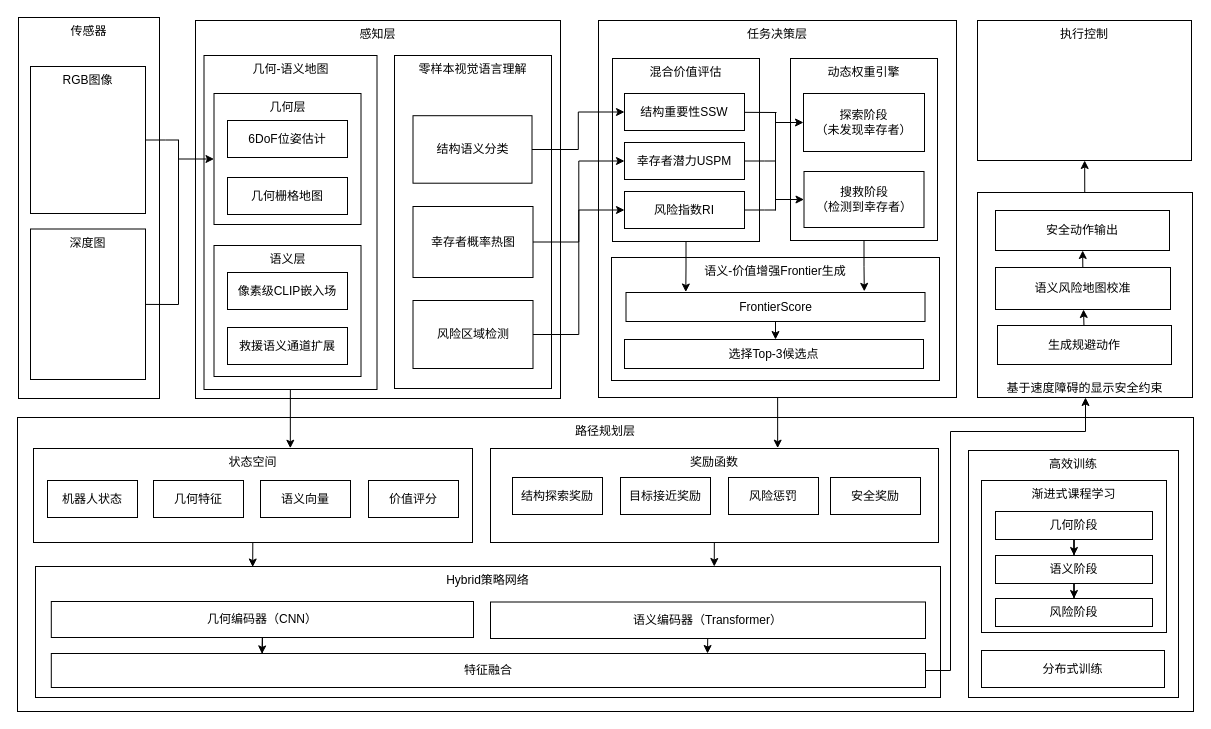
Above: 未命名绘图.drawio in qingyuhai/myGitTemp (draw.io), before the change. Source tidied: cells renumbered, new cells numbered last; positions are measured from the earlier drawing's top-left corner, leaving out a move shared by most shapes. Both pictures are drawn from the tidied source at 100%, with x=0, y=0 at pixel (17, 17).
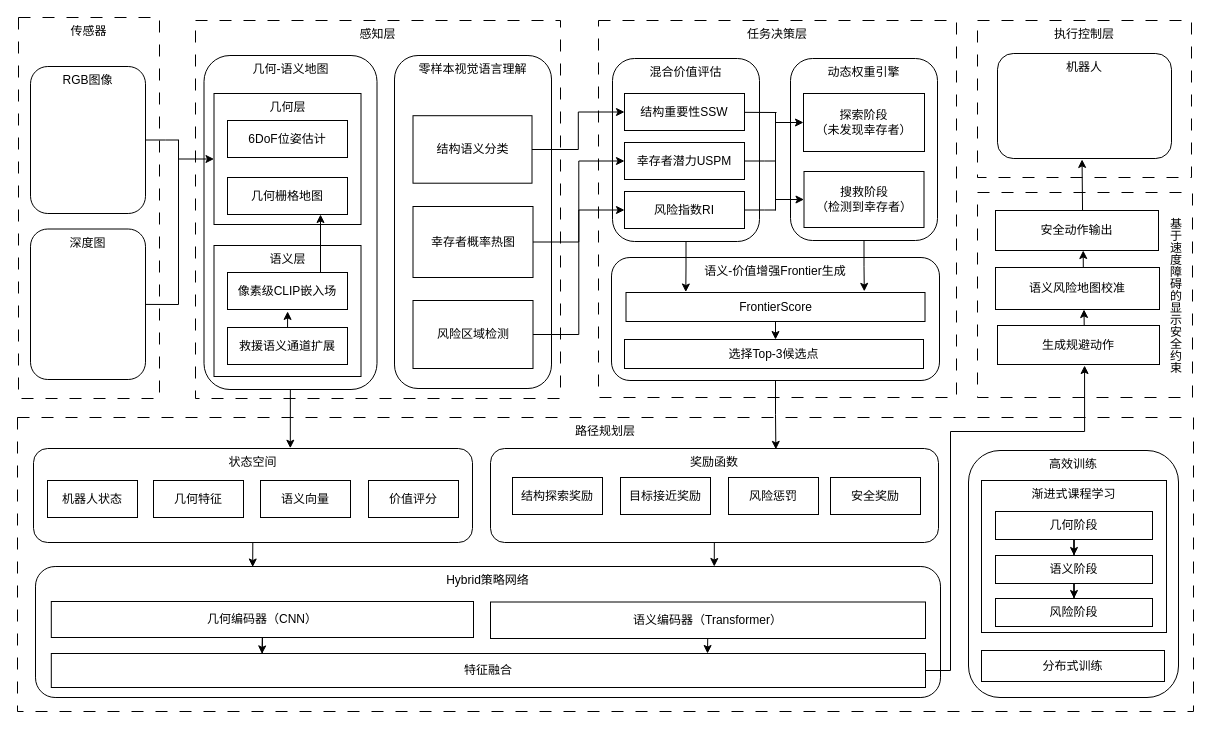
Above is the later version.

Commit message (it also covers changes not shown here):
更新未命名绘图.drawio

The change refers to these unchanged cells:
```xml
<mxCell id="50" value="特征融合" style="rounded=0;whiteSpace=wrap;html=1;" parent="1" vertex="1">
  <mxGeometry x="33.8" y="636" width="874.2" height="34" as="geometry" />
</mxCell>
<mxCell id="53" value="救援语义通道扩展" style="rounded=0;whiteSpace=wrap;html=1;" parent="1" vertex="1">
  <mxGeometry x="210" y="310" width="120" height="37" as="geometry" />
</mxCell>
<mxCell id="54" value="像素级CLIP嵌入场" style="rounded=0;whiteSpace=wrap;html=1;" parent="1" vertex="1">
  <mxGeometry x="210" y="255" width="120" height="37" as="geometry" />
</mxCell>
```

Diff of the diagram source:
```diff
@@
-    <mxCell id="2" value="传感器" style="rounded=0;whiteSpace=wrap;html=1;verticalAlign=top;" parent="1" vertex="1">
+    <mxCell id="2" value="传感器" style="rounded=0;whiteSpace=wrap;html=1;verticalAlign=top;dashed=1;dashPattern=12 12;" parent="1" vertex="1">
       <mxGeometry x="1" width="141" height="381" as="geometry" />
     </mxCell>
-    <mxCell id="3" value="感知层" style="rounded=0;whiteSpace=wrap;html=1;verticalAlign=top;" parent="1" vertex="1">
+    <mxCell id="3" value="感知层" style="rounded=0;whiteSpace=wrap;html=1;verticalAlign=top;dashed=1;dashPattern=12 12;" parent="1" vertex="1">
       <mxGeometry x="178" y="3" width="365" height="378" as="geometry" />
     </mxCell>
-    <mxCell id="4" value="任务决策层" style="rounded=0;whiteSpace=wrap;html=1;verticalAlign=top;" parent="1" vertex="1">
+    <mxCell id="4" value="任务决策层" style="rounded=0;whiteSpace=wrap;html=1;verticalAlign=top;dashed=1;dashPattern=12 12;" parent="1" vertex="1">
       <mxGeometry x="581" y="3" width="358" height="377" as="geometry" />
     </mxCell>
-    <mxCell id="5" value="路径规划层" style="rounded=0;whiteSpace=wrap;html=1;verticalAlign=top;" parent="1" vertex="1">
+    <mxCell id="5" value="路径规划层" style="rounded=0;whiteSpace=wrap;html=1;verticalAlign=top;dashed=1;dashPattern=12 12;" parent="1" vertex="1">
       <mxGeometry y="400" width="1176" height="294" as="geometry" />
     </mxCell>
-    <mxCell id="6" value="执行控制" style="rounded=0;whiteSpace=wrap;html=1;verticalAlign=top;" parent="1" vertex="1">
-      <mxGeometry x="960" y="3" width="214" height="140" as="geometry" />
+    <mxCell id="6" value="执行控制层" style="rounded=0;whiteSpace=wrap;html=1;verticalAlign=top;dashed=1;dashPattern=12 12;" parent="1" vertex="1">
+      <mxGeometry x="960" y="3" width="214" height="157" as="geometry" />
     </mxCell>
-    <mxCell id="7" value="几何-语义地图" style="rounded=0;whiteSpace=wrap;html=1;verticalAlign=top;" parent="1" vertex="1">
+    <mxCell id="7" value="几何-语义地图" style="rounded=1;whiteSpace=wrap;html=1;verticalAlign=top;" parent="1" vertex="1">
       <mxGeometry x="186.5" y="38" width="173" height="334" as="geometry" />
     </mxCell>
@@
-    <mxCell id="11" value="混合价值评估" style="rounded=0;whiteSpace=wrap;html=1;verticalAlign=top;" parent="1" vertex="1">
+    <mxCell id="11" value="混合价值评估" style="rounded=1;whiteSpace=wrap;html=1;verticalAlign=top;" parent="1" vertex="1">
       <mxGeometry x="595" y="41" width="147" height="183" as="geometry" />
     </mxCell>
@@
-    <mxCell id="18" value="动态权重引擎" style="rounded=0;whiteSpace=wrap;html=1;verticalAlign=top;" parent="1" vertex="1">
+    <mxCell id="18" value="动态权重引擎" style="rounded=1;whiteSpace=wrap;html=1;verticalAlign=top;" parent="1" vertex="1">
       <mxGeometry x="773" y="41" width="147" height="182" as="geometry" />
     </mxCell>
@@
-    <mxCell id="23" value="Hybrid策略网络" style="rounded=0;whiteSpace=wrap;html=1;verticalAlign=top;" parent="1" vertex="1">
+    <mxCell id="23" value="Hybrid策略网络" style="rounded=1;whiteSpace=wrap;html=1;verticalAlign=top;" parent="1" vertex="1">
       <mxGeometry x="18" y="549" width="905" height="131" as="geometry" />
     </mxCell>
-    <mxCell id="24" value="状态空间" style="rounded=0;whiteSpace=wrap;html=1;verticalAlign=top;" parent="1" vertex="1">
+    <mxCell id="24" value="状态空间" style="rounded=1;whiteSpace=wrap;html=1;verticalAlign=top;" parent="1" vertex="1">
       <mxGeometry x="16" y="431" width="439" height="94" as="geometry" />
     </mxCell>
@@
-    <mxCell id="29" style="rounded=0;jettySize=auto;html=1;" parent="1" edge="1" source="30" target="6">
-      <mxGeometry relative="1" as="geometry" />
-    </mxCell>
-    <mxCell id="30" value="&lt;div&gt;&lt;div class=&quot;old-record-id-UI9NddCrRo0jrax99HIcFApNn1e&quot;&gt;基于速度障碍的&lt;span style=&quot;color: light-dark(rgb(0, 0, 0), rgb(255, 255, 255));&quot;&gt;显示安全约束&lt;/span&gt;&lt;/div&gt;&lt;/div&gt;" style="rounded=0;whiteSpace=wrap;html=1;verticalAlign=bottom;" parent="1" vertex="1">
+    <mxCell id="30" value="&lt;div&gt;&lt;div class=&quot;old-record-id-UI9NddCrRo0jrax99HIcFApNn1e&quot;&gt;基于速度障碍的&lt;span style=&quot;color: light-dark(rgb(0, 0, 0), rgb(255, 255, 255));&quot;&gt;显示安全约束&lt;/span&gt;&lt;/div&gt;&lt;/div&gt;" style="rounded=0;whiteSpace=wrap;html=1;verticalAlign=middle;dashed=1;dashPattern=12 12;align=left;labelPosition=right;verticalLabelPosition=middle;textDirection=vertical-lr;spacingLeft=-27;" parent="1" vertex="1">
       <mxGeometry x="960" y="175" width="215" height="205" as="geometry" />
     </mxCell>
@@
-    <mxCell id="32" value="RGB图像" style="rounded=0;whiteSpace=wrap;html=1;verticalAlign=top;" parent="1" vertex="1">
+    <mxCell id="32" value="RGB图像" style="rounded=1;whiteSpace=wrap;html=1;verticalAlign=top;" parent="1" vertex="1">
       <mxGeometry x="13" y="49" width="115" height="147" as="geometry" />
     </mxCell>
@@
-    <mxCell id="34" value="深度图" style="rounded=0;whiteSpace=wrap;html=1;verticalAlign=top;" parent="1" vertex="1">
+    <mxCell id="34" value="深度图" style="rounded=1;whiteSpace=wrap;html=1;verticalAlign=top;" parent="1" vertex="1">
       <mxGeometry x="13" y="211.5" width="115" height="150.5" as="geometry" />
     </mxCell>
-    <mxCell id="35" style="rounded=0;jettySize=auto;html=1;entryX=0.503;entryY=1;entryDx=0;entryDy=0;entryPerimeter=0;" parent="1" edge="1" source="36" target="38">
-      <mxGeometry relative="1" as="geometry" />
+    <mxCell id="35" style="rounded=0;orthogonalLoop=1;jettySize=auto;html=1;entryX=0.503;entryY=1;entryDx=0;entryDy=0;entryPerimeter=0;" parent="1" edge="1">
+      <mxGeometry relative="1" as="geometry">
+        <mxPoint x="1066.7" y="308" as="sourcePoint" />
+        <mxPoint x="1066.5" y="292" as="targetPoint" />
+      </mxGeometry>
     </mxCell>
     <mxCell id="36" value="生成规避动作" style="rounded=0;whiteSpace=wrap;html=1;" parent="1" vertex="1">
-      <mxGeometry x="980" y="308" width="174" height="39" as="geometry" />
+      <mxGeometry x="980" y="308" width="162" height="39" as="geometry" />
     </mxCell>
-    <mxCell id="37" style="rounded=0;jettySize=auto;html=1;" parent="1" edge="1" source="38" target="55">
-      <mxGeometry relative="1" as="geometry" />
+    <mxCell id="37" style="rounded=0;orthogonalLoop=1;jettySize=auto;html=1;" parent="1" edge="1">
+      <mxGeometry relative="1" as="geometry">
+        <mxPoint x="1065.8" y="250" as="sourcePoint" />
+        <mxPoint x="1065.7" y="233" as="targetPoint" />
+      </mxGeometry>
     </mxCell>
     <mxCell id="38" value="语义风险地图校准" style="rounded=0;whiteSpace=wrap;html=1;" parent="1" vertex="1">
-      <mxGeometry x="978" y="250" width="175" height="42" as="geometry" />
+      <mxGeometry x="978" y="250" width="164" height="42" as="geometry" />
     </mxCell>
@@
-    <mxCell id="44" value="奖励函数" style="rounded=0;whiteSpace=wrap;html=1;verticalAlign=top;" parent="1" vertex="1">
+    <mxCell id="44" value="奖励函数" style="rounded=1;whiteSpace=wrap;html=1;verticalAlign=top;" parent="1" vertex="1">
       <mxGeometry x="473" y="431" width="448" height="94" as="geometry" />
     </mxCell>
@@
-    <mxCell id="49" style="edgeStyle=orthogonalEdgeStyle;rounded=0;jettySize=auto;html=1;" parent="1" edge="1" source="50" target="30">
+    <mxCell id="49" style="edgeStyle=orthogonalEdgeStyle;rounded=0;jettySize=auto;html=1;entryX=0.498;entryY=0.844;entryDx=0;entryDy=0;entryPerimeter=0;" parent="1" edge="1" source="50" target="30">
       <mxGeometry relative="1" as="geometry">
         <Array as="points">
           <mxPoint x="933" y="653" />
           <mxPoint x="933" y="414" />
-          <mxPoint x="1068" y="414" />
+          <mxPoint x="1067" y="414" />
         </Array>
       </mxGeometry>
     </mxCell>
@@
+    <mxCell id="83" style="edgeStyle=orthogonalEdgeStyle;rounded=0;orthogonalLoop=1;jettySize=auto;html=1;entryX=0.5;entryY=1;entryDx=0;entryDy=0;" parent="1" edge="1">
+      <mxGeometry relative="1" as="geometry">
+        <mxPoint x="303" y="255" as="sourcePoint" />
+        <mxPoint x="303" y="197" as="targetPoint" />
+      </mxGeometry>
+    </mxCell>
@@
     <mxCell id="55" value="安全动作输出" style="rounded=0;whiteSpace=wrap;html=1;" parent="1" vertex="1">
-      <mxGeometry x="978" y="193" width="174" height="40" as="geometry" />
+      <mxGeometry x="978" y="193" width="163" height="40" as="geometry" />
     </mxCell>
-    <mxCell id="56" value="零样本视觉语言理解" style="rounded=0;whiteSpace=wrap;html=1;verticalAlign=top;" parent="1" vertex="1">
+    <mxCell id="56" value="零样本视觉语言理解" style="rounded=1;whiteSpace=wrap;html=1;verticalAlign=top;" parent="1" vertex="1">
       <mxGeometry x="377" y="38" width="157" height="333" as="geometry" />
     </mxCell>
@@
-    <mxCell id="63" value="&lt;div&gt;&lt;div class=&quot;old-record-id-MrWGdxZGiolvprx9qxSc6dqvnWe&quot;&gt;&lt;div&gt;&lt;div class=&quot;ace-line ace-line old-record-id-MdqQdFTXMoa1VLxG5Y0cHxWdnwl&quot;&gt;&lt;div&gt;&lt;div&gt;&lt;div class=&quot;old-record-id-LJWMd13EboU8sNxJyBIcaIWCn3g&quot;&gt;语义-价值增强&lt;span style=&quot;color: initial;&quot;&gt;Frontier生成&lt;/span&gt;&lt;/div&gt;&lt;/div&gt;&lt;/div&gt;&lt;span class=&quot;lark-record-clipboard&quot; data-lark-record-data=&quot;{&amp;quot;rootId&amp;quot;:&amp;quot;BNPAdGCBEommW2xqo2ccPuPGn6e&amp;quot;,&amp;quot;text&amp;quot;:{&amp;quot;initialAttributedTexts&amp;quot;:{&amp;quot;text&amp;quot;:{&amp;quot;0&amp;quot;:&amp;quot;Frontier生成&amp;quot;},&amp;quot;attribs&amp;quot;:{&amp;quot;0&amp;quot;:&amp;quot;*0*1+a&amp;quot;}},&amp;quot;apool&amp;quot;:{&amp;quot;numToAttrib&amp;quot;:{&amp;quot;0&amp;quot;:[&amp;quot;author&amp;quot;,&amp;quot;7080140424181972994&amp;quot;],&amp;quot;1&amp;quot;:[&amp;quot;bold&amp;quot;,&amp;quot;true&amp;quot;]},&amp;quot;nextNum&amp;quot;:2}},&amp;quot;type&amp;quot;:&amp;quot;text&amp;quot;,&amp;quot;referenceRecordMap&amp;quot;:{},&amp;quot;extra&amp;quot;:{&amp;quot;channel&amp;quot;:&amp;quot;saas&amp;quot;,&amp;quot;isEqualBlockSelection&amp;quot;:false,&amp;quot;pasteRandomId&amp;quot;:&amp;quot;f8a05753-6cb4-4aed-bde6-70c36ad921ee&amp;quot;,&amp;quot;mention_page_title&amp;quot;:{},&amp;quot;external_mention_url&amp;quot;:{}},&amp;quot;isKeepQuoteContainer&amp;quot;:false,&amp;quot;isFromCode&amp;quot;:false,&amp;quot;selection&amp;quot;:[{&amp;quot;id&amp;quot;:251,&amp;quot;type&amp;quot;:&amp;quot;text&amp;quot;,&amp;quot;selection&amp;quot;:{&amp;quot;start&amp;quot;:0,&amp;quot;end&amp;quot;:10},&amp;quot;recordId&amp;quot;:&amp;quot;HUakdoc2soV0hExb6HFcCU7Snog&amp;quot;}],&amp;quot;payloadMap&amp;quot;:{},&amp;quot;isCut&amp;quot;:false}&quot;&gt;&lt;/span&gt;&lt;/div&gt;&lt;/div&gt;&lt;span class=&quot;lark-record-clipboard&quot; data-lark-record-data=&quot;{&amp;quot;rootId&amp;quot;:&amp;quot;BNPAdGCBEommW2xqo2ccPuPGn6e&amp;quot;,&amp;quot;text&amp;quot;:{&amp;quot;initialAttributedTexts&amp;quot;:{&amp;quot;text&amp;quot;:{&amp;quot;0&amp;quot;:&amp;quot; &amp;quot;},&amp;quot;attribs&amp;quot;:{&amp;quot;0&amp;quot;:&amp;quot;*2*0*1+1&amp;quot;}},&amp;quot;apool&amp;quot;:{&amp;quot;numToAttrib&amp;quot;:{&amp;quot;0&amp;quot;:[&amp;quot;equation&amp;quot;,&amp;quot;\\text{FrontierScore}\n&amp;quot;],&amp;quot;1&amp;quot;:[&amp;quot;objectID&amp;quot;,&amp;quot;rOXUzTqO&amp;quot;],&amp;quot;2&amp;quot;:[&amp;quot;author&amp;quot;,&amp;quot;7080140424181972994&amp;quot;]},&amp;quot;nextNum&amp;quot;:3}},&amp;quot;type&amp;quot;:&amp;quot;text&amp;quot;,&amp;quot;referenceRecordMap&amp;quot;:{},&amp;quot;extra&amp;quot;:{&amp;quot;channel&amp;quot;:&amp;quot;saas&amp;quot;,&amp;quot;isEqualBlockSelection&amp;quot;:true,&amp;quot;pasteRandomId&amp;quot;:&amp;quot;67b2a4c2-bbb4-4ff4-b034-cae2410ab669&amp;quot;,&amp;quot;mention_page_title&amp;quot;:{},&amp;quot;external_mention_url&amp;quot;:{}},&amp;quot;isKeepQuoteContainer&amp;quot;:false,&amp;quot;isFromCode&amp;quot;:false,&amp;quot;selection&amp;quot;:[{&amp;quot;id&amp;quot;:252,&amp;quot;type&amp;quot;:&amp;quot;text&amp;quot;,&amp;quot;selection&amp;quot;:{&amp;quot;start&amp;quot;:0,&amp;quot;end&amp;quot;:1},&amp;quot;recordId&amp;quot;:&amp;quot;MdqQdFTXMoa1VLxG5Y0cHxWdnwl&amp;quot;}],&amp;quot;payloadMap&amp;quot;:{},&amp;quot;isCut&amp;quot;:false}&quot;&gt;&lt;/span&gt;&lt;/div&gt;&lt;/div&gt;&lt;span class=&quot;lark-record-clipboard&quot; data-lark-record-data=&quot;{&amp;quot;rootId&amp;quot;:&amp;quot;BNPAdGCBEommW2xqo2ccPuPGn6e&amp;quot;,&amp;quot;text&amp;quot;:{&amp;quot;initialAttributedTexts&amp;quot;:{&amp;quot;text&amp;quot;:{&amp;quot;0&amp;quot;:&amp;quot;价值地图引导的Frontier选择&amp;quot;},&amp;quot;attribs&amp;quot;:{&amp;quot;0&amp;quot;:&amp;quot;*0*1+h&amp;quot;}},&amp;quot;apool&amp;quot;:{&amp;quot;numToAttrib&amp;quot;:{&amp;quot;0&amp;quot;:[&amp;quot;author&amp;quot;,&amp;quot;7080140424181972994&amp;quot;],&amp;quot;1&amp;quot;:[&amp;quot;bold&amp;quot;,&amp;quot;true&amp;quot;]},&amp;quot;nextNum&amp;quot;:2}},&amp;quot;type&amp;quot;:&amp;quot;text&amp;quot;,&amp;quot;referenceRecordMap&amp;quot;:{},&amp;quot;extra&amp;quot;:{&amp;quot;channel&amp;quot;:&amp;quot;saas&amp;quot;,&amp;quot;isEqualBlockSelection&amp;quot;:false,&amp;quot;pasteRandomId&amp;quot;:&amp;quot;e27646a3-14b2-4f86-8ac1-85d0b10dd6ea&amp;quot;,&amp;quot;mention_page_title&amp;quot;:{},&amp;quot;external_mention_url&amp;quot;:{}},&amp;quot;isKeepQuoteContainer&amp;quot;:false,&amp;quot;isFromCode&amp;quot;:false,&amp;quot;selection&amp;quot;:[{&amp;quot;id&amp;quot;:241,&amp;quot;type&amp;quot;:&amp;quot;text&amp;quot;,&amp;quot;selection&amp;quot;:{&amp;quot;start&amp;quot;:0,&amp;quot;end&amp;quot;:17},&amp;quot;recordId&amp;quot;:&amp;quot;MrWGdxZGiolvprx9qxSc6dqvnWe&amp;quot;}],&amp;quot;payloadMap&amp;quot;:{},&amp;quot;isCut&amp;quot;:false}&quot;&gt;&lt;/span&gt;" style="rounded=0;whiteSpace=wrap;html=1;verticalAlign=top;" parent="1" vertex="1">
+    <mxCell id="63" value="&lt;div&gt;&lt;div class=&quot;old-record-id-MrWGdxZGiolvprx9qxSc6dqvnWe&quot;&gt;&lt;div&gt;&lt;div class=&quot;ace-line ace-line old-record-id-MdqQdFTXMoa1VLxG5Y0cHxWdnwl&quot;&gt;&lt;div&gt;&lt;div&gt;&lt;div class=&quot;old-record-id-LJWMd13EboU8sNxJyBIcaIWCn3g&quot;&gt;语义-价值增强&lt;span style=&quot;color: initial;&quot;&gt;Frontier生成&lt;/span&gt;&lt;/div&gt;&lt;/div&gt;&lt;/div&gt;&lt;span class=&quot;lark-record-clipboard&quot; data-lark-record-data=&quot;{&amp;quot;rootId&amp;quot;:&amp;quot;BNPAdGCBEommW2xqo2ccPuPGn6e&amp;quot;,&amp;quot;text&amp;quot;:{&amp;quot;initialAttributedTexts&amp;quot;:{&amp;quot;text&amp;quot;:{&amp;quot;0&amp;quot;:&amp;quot;Frontier生成&amp;quot;},&amp;quot;attribs&amp;quot;:{&amp;quot;0&amp;quot;:&amp;quot;*0*1+a&amp;quot;}},&amp;quot;apool&amp;quot;:{&amp;quot;numToAttrib&amp;quot;:{&amp;quot;0&amp;quot;:[&amp;quot;author&amp;quot;,&amp;quot;7080140424181972994&amp;quot;],&amp;quot;1&amp;quot;:[&amp;quot;bold&amp;quot;,&amp;quot;true&amp;quot;]},&amp;quot;nextNum&amp;quot;:2}},&amp;quot;type&amp;quot;:&amp;quot;text&amp;quot;,&amp;quot;referenceRecordMap&amp;quot;:{},&amp;quot;extra&amp;quot;:{&amp;quot;channel&amp;quot;:&amp;quot;saas&amp;quot;,&amp;quot;isEqualBlockSelection&amp;quot;:false,&amp;quot;pasteRandomId&amp;quot;:&amp;quot;f8a05753-6cb4-4aed-bde6-70c36ad921ee&amp;quot;,&amp;quot;mention_page_title&amp;quot;:{},&amp;quot;external_mention_url&amp;quot;:{}},&amp;quot;isKeepQuoteContainer&amp;quot;:false,&amp;quot;isFromCode&amp;quot;:false,&amp;quot;selection&amp;quot;:[{&amp;quot;id&amp;quot;:251,&amp;quot;type&amp;quot;:&amp;quot;text&amp;quot;,&amp;quot;selection&amp;quot;:{&amp;quot;start&amp;quot;:0,&amp;quot;end&amp;quot;:10},&amp;quot;recordId&amp;quot;:&amp;quot;HUakdoc2soV0hExb6HFcCU7Snog&amp;quot;}],&amp;quot;payloadMap&amp;quot;:{},&amp;quot;isCut&amp;quot;:false}&quot;&gt;&lt;/span&gt;&lt;/div&gt;&lt;/div&gt;&lt;span class=&quot;lark-record-clipboard&quot; data-lark-record-data=&quot;{&amp;quot;rootId&amp;quot;:&amp;quot;BNPAdGCBEommW2xqo2ccPuPGn6e&amp;quot;,&amp;quot;text&amp;quot;:{&amp;quot;initialAttributedTexts&amp;quot;:{&amp;quot;text&amp;quot;:{&amp;quot;0&amp;quot;:&amp;quot; &amp;quot;},&amp;quot;attribs&amp;quot;:{&amp;quot;0&amp;quot;:&amp;quot;*2*0*1+1&amp;quot;}},&amp;quot;apool&amp;quot;:{&amp;quot;numToAttrib&amp;quot;:{&amp;quot;0&amp;quot;:[&amp;quot;equation&amp;quot;,&amp;quot;\\text{FrontierScore}\n&amp;quot;],&amp;quot;1&amp;quot;:[&amp;quot;objectID&amp;quot;,&amp;quot;rOXUzTqO&amp;quot;],&amp;quot;2&amp;quot;:[&amp;quot;author&amp;quot;,&amp;quot;7080140424181972994&amp;quot;]},&amp;quot;nextNum&amp;quot;:3}},&amp;quot;type&amp;quot;:&amp;quot;text&amp;quot;,&amp;quot;referenceRecordMap&amp;quot;:{},&amp;quot;extra&amp;quot;:{&amp;quot;channel&amp;quot;:&amp;quot;saas&amp;quot;,&amp;quot;isEqualBlockSelection&amp;quot;:true,&amp;quot;pasteRandomId&amp;quot;:&amp;quot;67b2a4c2-bbb4-4ff4-b034-cae2410ab669&amp;quot;,&amp;quot;mention_page_title&amp;quot;:{},&amp;quot;external_mention_url&amp;quot;:{}},&amp;quot;isKeepQuoteContainer&amp;quot;:false,&amp;quot;isFromCode&amp;quot;:false,&amp;quot;selection&amp;quot;:[{&amp;quot;id&amp;quot;:252,&amp;quot;type&amp;quot;:&amp;quot;text&amp;quot;,&amp;quot;selection&amp;quot;:{&amp;quot;start&amp;quot;:0,&amp;quot;end&amp;quot;:1},&amp;quot;recordId&amp;quot;:&amp;quot;MdqQdFTXMoa1VLxG5Y0cHxWdnwl&amp;quot;}],&amp;quot;payloadMap&amp;quot;:{},&amp;quot;isCut&amp;quot;:false}&quot;&gt;&lt;/span&gt;&lt;/div&gt;&lt;/div&gt;&lt;span class=&quot;lark-record-clipboard&quot; data-lark-record-data=&quot;{&amp;quot;rootId&amp;quot;:&amp;quot;BNPAdGCBEommW2xqo2ccPuPGn6e&amp;quot;,&amp;quot;text&amp;quot;:{&amp;quot;initialAttributedTexts&amp;quot;:{&amp;quot;text&amp;quot;:{&amp;quot;0&amp;quot;:&amp;quot;价值地图引导的Frontier选择&amp;quot;},&amp;quot;attribs&amp;quot;:{&amp;quot;0&amp;quot;:&amp;quot;*0*1+h&amp;quot;}},&amp;quot;apool&amp;quot;:{&amp;quot;numToAttrib&amp;quot;:{&amp;quot;0&amp;quot;:[&amp;quot;author&amp;quot;,&amp;quot;7080140424181972994&amp;quot;],&amp;quot;1&amp;quot;:[&amp;quot;bold&amp;quot;,&amp;quot;true&amp;quot;]},&amp;quot;nextNum&amp;quot;:2}},&amp;quot;type&amp;quot;:&amp;quot;text&amp;quot;,&amp;quot;referenceRecordMap&amp;quot;:{},&amp;quot;extra&amp;quot;:{&amp;quot;channel&amp;quot;:&amp;quot;saas&amp;quot;,&amp;quot;isEqualBlockSelection&amp;quot;:false,&amp;quot;pasteRandomId&amp;quot;:&amp;quot;e27646a3-14b2-4f86-8ac1-85d0b10dd6ea&amp;quot;,&amp;quot;mention_page_title&amp;quot;:{},&amp;quot;external_mention_url&amp;quot;:{}},&amp;quot;isKeepQuoteContainer&amp;quot;:false,&amp;quot;isFromCode&amp;quot;:false,&amp;quot;selection&amp;quot;:[{&amp;quot;id&amp;quot;:241,&amp;quot;type&amp;quot;:&amp;quot;text&amp;quot;,&amp;quot;selection&amp;quot;:{&amp;quot;start&amp;quot;:0,&amp;quot;end&amp;quot;:17},&amp;quot;recordId&amp;quot;:&amp;quot;MrWGdxZGiolvprx9qxSc6dqvnWe&amp;quot;}],&amp;quot;payloadMap&amp;quot;:{},&amp;quot;isCut&amp;quot;:false}&quot;&gt;&lt;/span&gt;" style="rounded=1;whiteSpace=wrap;html=1;verticalAlign=top;" parent="1" vertex="1">
       <mxGeometry x="594" y="240" width="328" height="123" as="geometry" />
     </mxCell>
@@
-    <mxCell id="67" value="高效训练" style="rounded=0;whiteSpace=wrap;html=1;verticalAlign=top;" parent="1" vertex="1">
+    <mxCell id="67" value="高效训练" style="rounded=1;whiteSpace=wrap;html=1;verticalAlign=top;" parent="1" vertex="1">
       <mxGeometry x="951" y="433" width="210" height="247" as="geometry" />
     </mxCell>
@@
     <mxCell id="71" value="分布式训练" style="rounded=0;whiteSpace=wrap;html=1;" parent="1" vertex="1">
-      <mxGeometry x="964" y="633" width="183" height="37" as="geometry" />
+      <mxGeometry x="964" y="633" width="183" height="31" as="geometry" />
     </mxCell>
@@
-    <mxCell id="77" style="rounded=0;jettySize=auto;html=1;entryX=0.641;entryY=-0.004;entryDx=0;entryDy=0;entryPerimeter=0;" parent="1" edge="1" source="4" target="44">
-      <mxGeometry relative="1" as="geometry" />
-    </mxCell>
@@
+    <mxCell id="84" style="rounded=0;jettySize=auto;html=1;entryX=0.501;entryY=1.052;entryDx=0;entryDy=0;entryPerimeter=0;" parent="1" edge="1" source="53" target="54">
+      <mxGeometry relative="1" as="geometry" />
+    </mxCell>
+    <mxCell id="85" style="edgeStyle=orthogonalEdgeStyle;rounded=0;jettySize=auto;html=1;entryX=0.637;entryY=0.009;entryDx=0;entryDy=0;entryPerimeter=0;" parent="1" edge="1" source="63" target="44">
+      <mxGeometry relative="1" as="geometry" />
+    </mxCell>
+    <mxCell id="86" style="rounded=0;jettySize=auto;html=1;entryX=0.486;entryY=1.009;entryDx=0;entryDy=0;entryPerimeter=0;exitX=0.534;exitY=-0.001;exitDx=0;exitDy=0;exitPerimeter=0;" parent="1" edge="1" source="55" target="87">
+      <mxGeometry relative="1" as="geometry" />
+    </mxCell>
+    <mxCell id="87" value="机器人" style="rounded=1;whiteSpace=wrap;html=1;verticalAlign=top;" parent="1" vertex="1">
+      <mxGeometry x="980" y="36" width="174" height="105" as="geometry" />
+    </mxCell>
```
